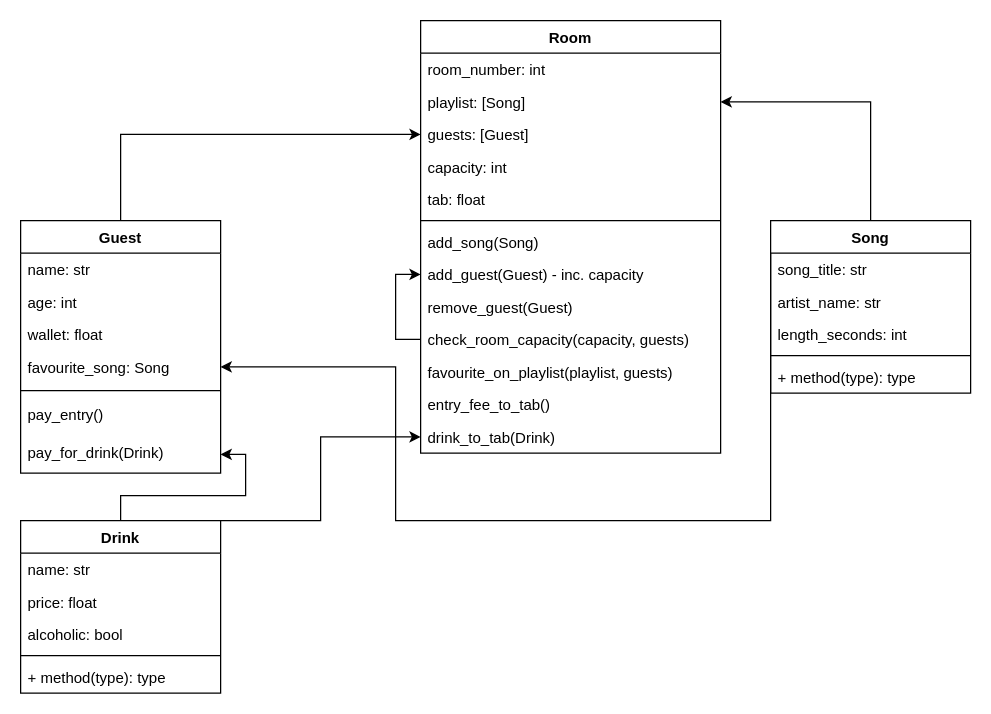
This is diagram.drawio from Stanhoucke/Karaoke_hw, a draw.io file, before an edit. Source tidied: cells renumbered, new cells numbered last; positions are measured from the earlier drawing's top-left corner, leaving out a move shared by most shapes. Both pictures are drawn from the tidied source at 125%, with x=0, y=0 at pixel (20, 20).
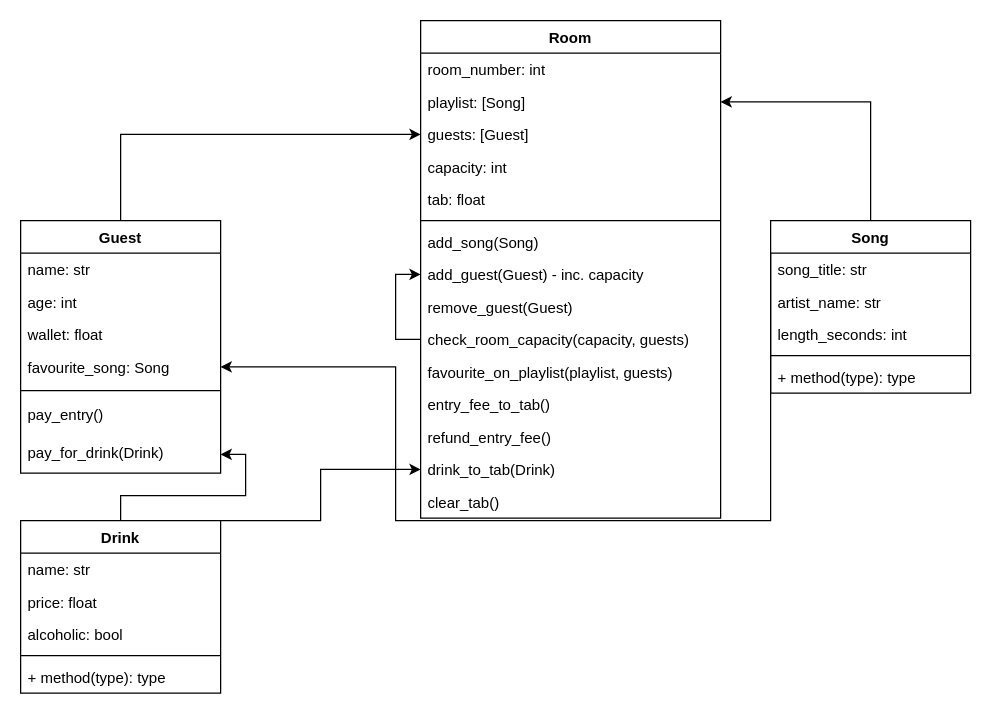
The same page after the edit.

The change refers to these unchanged cells:
```xml
<mxCell id="36" value="Drink" style="swimlane;fontStyle=1;align=center;verticalAlign=top;horizontal=1;startSize=26;" parent="1" vertex="1">
  <mxGeometry y="400" width="160" height="138" as="geometry" />
</mxCell>
```

Change to the diagram source:
```diff
@@
     <mxCell id="2" value="Room" style="swimlane;fontStyle=1;align=center;verticalAlign=top;horizontal=1;startSize=26;" parent="1" vertex="1">
-      <mxGeometry x="320" width="240" height="346" as="geometry" />
+      <mxGeometry x="320" width="240" height="398" as="geometry" />
     </mxCell>
@@
+    <mxCell id="42" value="refund_entry_fee()" style="text;strokeColor=none;fillColor=none;align=left;verticalAlign=top;spacingLeft=4;spacingRight=4;overflow=hidden;" parent="2" vertex="1">
+      <mxGeometry y="320" width="240" height="26" as="geometry" />
+    </mxCell>
     <mxCell id="16" value="drink_to_tab(Drink)" style="text;strokeColor=none;fillColor=none;align=left;verticalAlign=top;spacingLeft=4;spacingRight=4;overflow=hidden;points=[[0,0.5],[1,0.5]];portConstraint=eastwest;" parent="2" vertex="1">
-      <mxGeometry y="320" width="240" height="26" as="geometry" />
+      <mxGeometry y="346" width="240" height="26" as="geometry" />
     </mxCell>
+    <mxCell id="43" value="clear_tab()" style="text;strokeColor=none;fillColor=none;align=left;verticalAlign=top;spacingLeft=4;spacingRight=4;overflow=hidden;" parent="2" vertex="1">
+      <mxGeometry y="372" width="240" height="26" as="geometry" />
+    </mxCell>
@@
     <mxCell id="35" style="edgeStyle=orthogonalEdgeStyle;rounded=0;jettySize=auto;html=1;exitX=1;exitY=0;exitDx=0;exitDy=0;entryX=0;entryY=0.5;entryDx=0;entryDy=0;" parent="1" edge="1" source="36" target="16">
       <mxGeometry relative="1" as="geometry">
         <Array as="points">
           <mxPoint x="240" y="400" />
-          <mxPoint x="240" y="333" />
+          <mxPoint x="240" y="359" />
         </Array>
       </mxGeometry>
     </mxCell>
```
